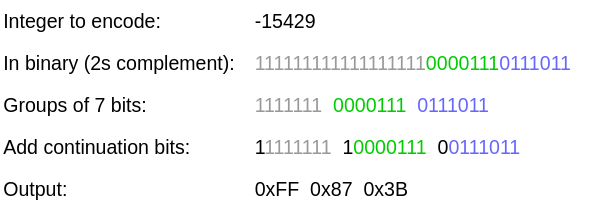
Earlier version of the draw.io export svarint.drawio.svg (Timmmm/fst_spec). Source tidied: cells renumbered, new cells last; positions are measured from the earlier drawing's top-left corner, leaving out a move shared by most shapes. Source of this version:
```xml
<mxGraphModel>
  <root>
    <mxCell id="0" />
    <mxCell id="1" parent="0" />
    <mxCell id="2" value="-15429" style="text;html=1;strokeColor=none;fillColor=none;align=left;verticalAlign=middle;whiteSpace=wrap;rounded=0;fontSize=14;" parent="1" vertex="1">
      <mxGeometry x="180" width="60" height="30" as="geometry" />
    </mxCell>
    <mxCell id="3" value="Integer to encode:" style="text;html=1;align=left;verticalAlign=middle;strokeColor=none;fillColor=none;fontSize=14;" parent="1" vertex="1">
      <mxGeometry width="140" height="30" as="geometry" />
    </mxCell>
    <mxCell id="4" value="In binary (2s complement):" style="text;html=1;align=left;verticalAlign=middle;strokeColor=none;fillColor=none;fontSize=14;" parent="1" vertex="1">
      <mxGeometry y="30" width="190" height="30" as="geometry" />
    </mxCell>
    <mxCell id="5" value="&lt;div style=&quot;font-size: 14px;&quot;&gt;&lt;font color=&quot;#999999&quot; style=&quot;font-size: 14px;&quot;&gt;111111111111111111&lt;/font&gt;&lt;font color=&quot;#00cc00&quot; style=&quot;font-size: 14px;&quot;&gt;00&lt;/font&gt;&lt;span style=&quot;color: rgb(0, 204, 0); background-color: initial; font-size: 14px;&quot;&gt;00111&lt;/span&gt;&lt;span style=&quot;background-color: initial; font-size: 14px;&quot;&gt;&lt;font color=&quot;#6666ff&quot; style=&quot;font-size: 14px;&quot;&gt;0111011&lt;/font&gt;&lt;/span&gt;&lt;/div&gt;" style="text;html=1;align=left;verticalAlign=middle;strokeColor=none;fillColor=none;fontSize=14;" parent="1" vertex="1">
      <mxGeometry x="180" y="30" width="250" height="30" as="geometry" />
    </mxCell>
    <mxCell id="6" value="Groups of 7 bits:" style="text;html=1;align=left;verticalAlign=middle;strokeColor=none;fillColor=none;fontSize=14;" parent="1" vertex="1">
      <mxGeometry y="60" width="130" height="30" as="geometry" />
    </mxCell>
    <mxCell id="7" value="&lt;font color=&quot;#999999&quot; style=&quot;font-size: 14px;&quot;&gt;1111111&amp;nbsp;&amp;nbsp;&lt;/font&gt;&lt;font color=&quot;#00cc00&quot; style=&quot;font-size: 14px;&quot;&gt;0000111&amp;nbsp;&amp;nbsp;&lt;/font&gt;&lt;font color=&quot;#6666ff&quot; style=&quot;font-size: 14px;&quot;&gt;0111011&lt;/font&gt;" style="text;html=1;align=left;verticalAlign=middle;strokeColor=none;fillColor=none;fontSize=14;" parent="1" vertex="1">
      <mxGeometry x="180" y="60" width="190" height="30" as="geometry" />
    </mxCell>
    <mxCell id="8" value="Add continuation bits:" style="text;html=1;align=left;verticalAlign=middle;strokeColor=none;fillColor=none;fontSize=14;" parent="1" vertex="1">
      <mxGeometry y="90" width="160" height="30" as="geometry" />
    </mxCell>
    <mxCell id="9" value="1&lt;font color=&quot;#999999&quot; style=&quot;font-size: 14px;&quot;&gt;1111111&amp;nbsp; &lt;/font&gt;1&lt;font color=&quot;#00cc00&quot; style=&quot;font-size: 14px;&quot;&gt;0000111&amp;nbsp; &lt;/font&gt;0&lt;font color=&quot;#6666ff&quot; style=&quot;font-size: 14px;&quot;&gt;0111011&lt;/font&gt;" style="text;html=1;align=left;verticalAlign=middle;strokeColor=none;fillColor=none;fontSize=14;" parent="1" vertex="1">
      <mxGeometry x="180" y="90" width="210" height="30" as="geometry" />
    </mxCell>
    <mxCell id="10" value="Output:" style="text;html=1;align=left;verticalAlign=middle;strokeColor=none;fillColor=none;fontSize=14;" parent="1" vertex="1">
      <mxGeometry y="120" width="70" height="30" as="geometry" />
    </mxCell>
    <mxCell id="11" value="0xFF&amp;nbsp; 0x87&amp;nbsp; 0x3B" style="text;html=1;align=left;verticalAlign=middle;strokeColor=none;fillColor=none;fontSize=14;" parent="1" vertex="1">
      <mxGeometry x="180" y="120" width="130" height="30" as="geometry" />
    </mxCell>
  </root>
</mxGraphModel>
```
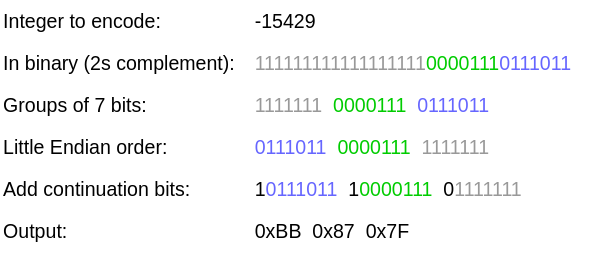
After the change.

What changed in the source:
```diff
@@ -3,34 +3,40 @@
     <mxCell id="0" />
     <mxCell id="1" parent="0" />
     <mxCell id="2" value="-15429" style="text;html=1;strokeColor=none;fillColor=none;align=left;verticalAlign=middle;whiteSpace=wrap;rounded=0;fontSize=14;" parent="1" vertex="1">
-      <mxGeometry x="180" width="60" height="30" as="geometry" />
+      <mxGeometry x="180" y="-30" width="60" height="30" as="geometry" />
     </mxCell>
     <mxCell id="3" value="Integer to encode:" style="text;html=1;align=left;verticalAlign=middle;strokeColor=none;fillColor=none;fontSize=14;" parent="1" vertex="1">
-      <mxGeometry width="140" height="30" as="geometry" />
+      <mxGeometry y="-30" width="140" height="30" as="geometry" />
     </mxCell>
     <mxCell id="4" value="In binary (2s complement):" style="text;html=1;align=left;verticalAlign=middle;strokeColor=none;fillColor=none;fontSize=14;" parent="1" vertex="1">
-      <mxGeometry y="30" width="190" height="30" as="geometry" />
+      <mxGeometry width="190" height="30" as="geometry" />
     </mxCell>
     <mxCell id="5" value="&lt;div style=&quot;font-size: 14px;&quot;&gt;&lt;font color=&quot;#999999&quot; style=&quot;font-size: 14px;&quot;&gt;111111111111111111&lt;/font&gt;&lt;font color=&quot;#00cc00&quot; style=&quot;font-size: 14px;&quot;&gt;00&lt;/font&gt;&lt;span style=&quot;color: rgb(0, 204, 0); background-color: initial; font-size: 14px;&quot;&gt;00111&lt;/span&gt;&lt;span style=&quot;background-color: initial; font-size: 14px;&quot;&gt;&lt;font color=&quot;#6666ff&quot; style=&quot;font-size: 14px;&quot;&gt;0111011&lt;/font&gt;&lt;/span&gt;&lt;/div&gt;" style="text;html=1;align=left;verticalAlign=middle;strokeColor=none;fillColor=none;fontSize=14;" parent="1" vertex="1">
-      <mxGeometry x="180" y="30" width="250" height="30" as="geometry" />
+      <mxGeometry x="180" width="250" height="30" as="geometry" />
     </mxCell>
-    <mxCell id="6" value="Groups of 7 bits:" style="text;html=1;align=left;verticalAlign=middle;strokeColor=none;fillColor=none;fontSize=14;" parent="1" vertex="1">
-      <mxGeometry y="60" width="130" height="30" as="geometry" />
+    <mxCell id="6" value="Little Endian order:" style="text;html=1;align=left;verticalAlign=middle;strokeColor=none;fillColor=none;fontSize=14;" parent="1" vertex="1">
+      <mxGeometry y="60" width="140" height="30" as="geometry" />
     </mxCell>
-    <mxCell id="7" value="&lt;font color=&quot;#999999&quot; style=&quot;font-size: 14px;&quot;&gt;1111111&amp;nbsp;&amp;nbsp;&lt;/font&gt;&lt;font color=&quot;#00cc00&quot; style=&quot;font-size: 14px;&quot;&gt;0000111&amp;nbsp;&amp;nbsp;&lt;/font&gt;&lt;font color=&quot;#6666ff&quot; style=&quot;font-size: 14px;&quot;&gt;0111011&lt;/font&gt;" style="text;html=1;align=left;verticalAlign=middle;strokeColor=none;fillColor=none;fontSize=14;" parent="1" vertex="1">
+    <mxCell id="7" value="&lt;span style=&quot;color: rgb(102, 102, 255);&quot;&gt;0111011&amp;nbsp;&amp;nbsp;&lt;/span&gt;&lt;span style=&quot;color: rgb(0, 204, 0);&quot;&gt;0000111&amp;nbsp;&amp;nbsp;&lt;/span&gt;&lt;font color=&quot;#999999&quot; style=&quot;font-size: 14px;&quot;&gt;1111111&lt;/font&gt;" style="text;html=1;align=left;verticalAlign=middle;strokeColor=none;fillColor=none;fontSize=14;" parent="1" vertex="1">
       <mxGeometry x="180" y="60" width="190" height="30" as="geometry" />
     </mxCell>
     <mxCell id="8" value="Add continuation bits:" style="text;html=1;align=left;verticalAlign=middle;strokeColor=none;fillColor=none;fontSize=14;" parent="1" vertex="1">
       <mxGeometry y="90" width="160" height="30" as="geometry" />
     </mxCell>
-    <mxCell id="9" value="1&lt;font color=&quot;#999999&quot; style=&quot;font-size: 14px;&quot;&gt;1111111&amp;nbsp; &lt;/font&gt;1&lt;font color=&quot;#00cc00&quot; style=&quot;font-size: 14px;&quot;&gt;0000111&amp;nbsp; &lt;/font&gt;0&lt;font color=&quot;#6666ff&quot; style=&quot;font-size: 14px;&quot;&gt;0111011&lt;/font&gt;" style="text;html=1;align=left;verticalAlign=middle;strokeColor=none;fillColor=none;fontSize=14;" parent="1" vertex="1">
+    <mxCell id="9" value="1&lt;span style=&quot;color: rgb(102, 102, 255);&quot;&gt;0111011&lt;/span&gt;&lt;font color=&quot;#999999&quot; style=&quot;font-size: 14px;&quot;&gt;&amp;nbsp;&amp;nbsp;&lt;/font&gt;1&lt;font color=&quot;#00cc00&quot; style=&quot;font-size: 14px;&quot;&gt;0000111&amp;nbsp; &lt;/font&gt;0&lt;font color=&quot;#999999&quot;&gt;1111111&lt;/font&gt;" style="text;html=1;align=left;verticalAlign=middle;strokeColor=none;fillColor=none;fontSize=14;" parent="1" vertex="1">
       <mxGeometry x="180" y="90" width="210" height="30" as="geometry" />
     </mxCell>
     <mxCell id="10" value="Output:" style="text;html=1;align=left;verticalAlign=middle;strokeColor=none;fillColor=none;fontSize=14;" parent="1" vertex="1">
       <mxGeometry y="120" width="70" height="30" as="geometry" />
     </mxCell>
-    <mxCell id="11" value="0xFF&amp;nbsp; 0x87&amp;nbsp; 0x3B" style="text;html=1;align=left;verticalAlign=middle;strokeColor=none;fillColor=none;fontSize=14;" parent="1" vertex="1">
+    <mxCell id="11" value="0xBB&amp;nbsp; 0x87&amp;nbsp; 0x7F" style="text;html=1;align=left;verticalAlign=middle;strokeColor=none;fillColor=none;fontSize=14;" parent="1" vertex="1">
       <mxGeometry x="180" y="120" width="130" height="30" as="geometry" />
     </mxCell>
+    <mxCell id="12" value="Groups of 7 bits:" style="text;html=1;align=left;verticalAlign=middle;strokeColor=none;fillColor=none;fontSize=14;" parent="1" vertex="1">
+      <mxGeometry y="30" width="130" height="30" as="geometry" />
+    </mxCell>
+    <mxCell id="13" value="&lt;font color=&quot;#999999&quot; style=&quot;font-size: 14px;&quot;&gt;1111111&amp;nbsp;&amp;nbsp;&lt;/font&gt;&lt;font color=&quot;#00cc00&quot; style=&quot;font-size: 14px;&quot;&gt;0000111&amp;nbsp;&amp;nbsp;&lt;/font&gt;&lt;font color=&quot;#6666ff&quot; style=&quot;font-size: 14px;&quot;&gt;0111011&lt;/font&gt;" style="text;html=1;align=left;verticalAlign=middle;strokeColor=none;fillColor=none;fontSize=14;" parent="1" vertex="1">
+      <mxGeometry x="180" y="30" width="190" height="30" as="geometry" />
+    </mxCell>
   </root>
 </mxGraphModel>
```
